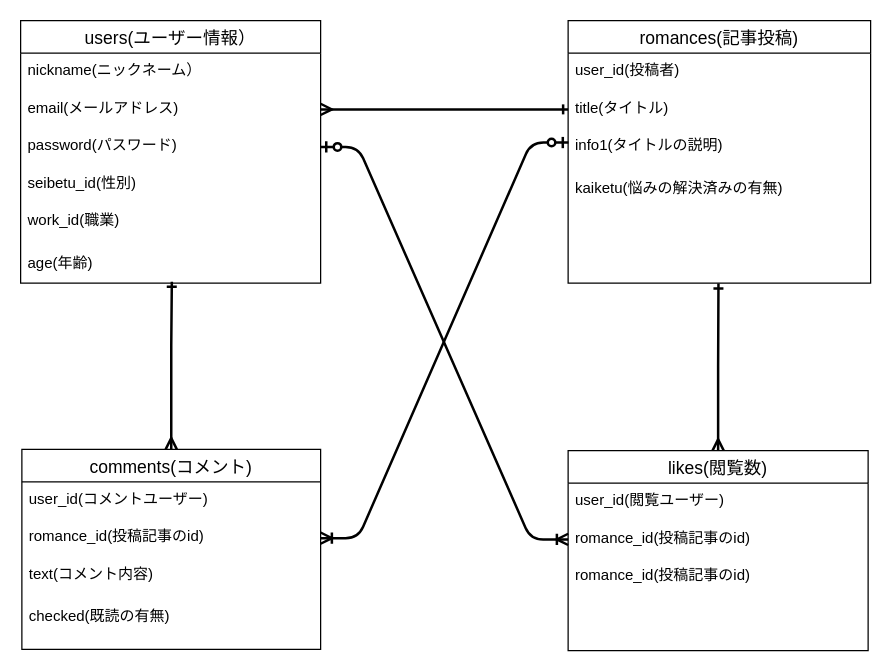
nishikawa-naonori/love-dating-33453 keeps this draw.io diagram as love_dating.dio. Above is the earlier version. Source tidied: cells renumbered, new cells numbered last; positions are measured from the earlier drawing's top-left corner, leaving out a move shared by most shapes. Both pictures are drawn from the tidied source at 125%, with x=0, y=0 at pixel (20, 20).
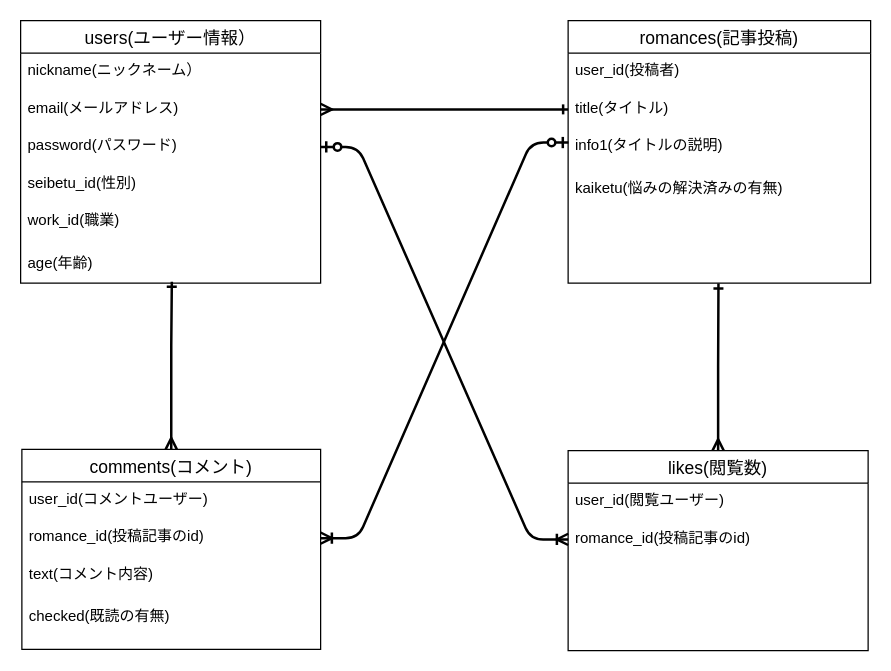
Above is the later version.

The change refers to these unchanged cells:
```xml
<mxCell id="22" value="likes(閲覧数)" style="swimlane;fontStyle=0;horizontal=1;startSize=26;align=center;fontSize=14;" parent="1" vertex="1">
  <mxGeometry x="438" y="344" width="240" height="160" as="geometry" />
</mxCell>
```

Diff of the diagram source:
```diff
@@
-    <mxCell id="25" value="romance_id(投稿記事のid)" style="text;strokeColor=none;fillColor=none;spacingLeft=4;spacingRight=4;overflow=hidden;fontSize=12;" parent="22" vertex="1">
+    <mxCell id="25" value="    " style="text;strokeColor=none;fillColor=none;spacingLeft=4;spacingRight=4;overflow=hidden;fontSize=12;" parent="22" vertex="1">
       <mxGeometry y="86" width="240" height="30" as="geometry" />
     </mxCell>
```
